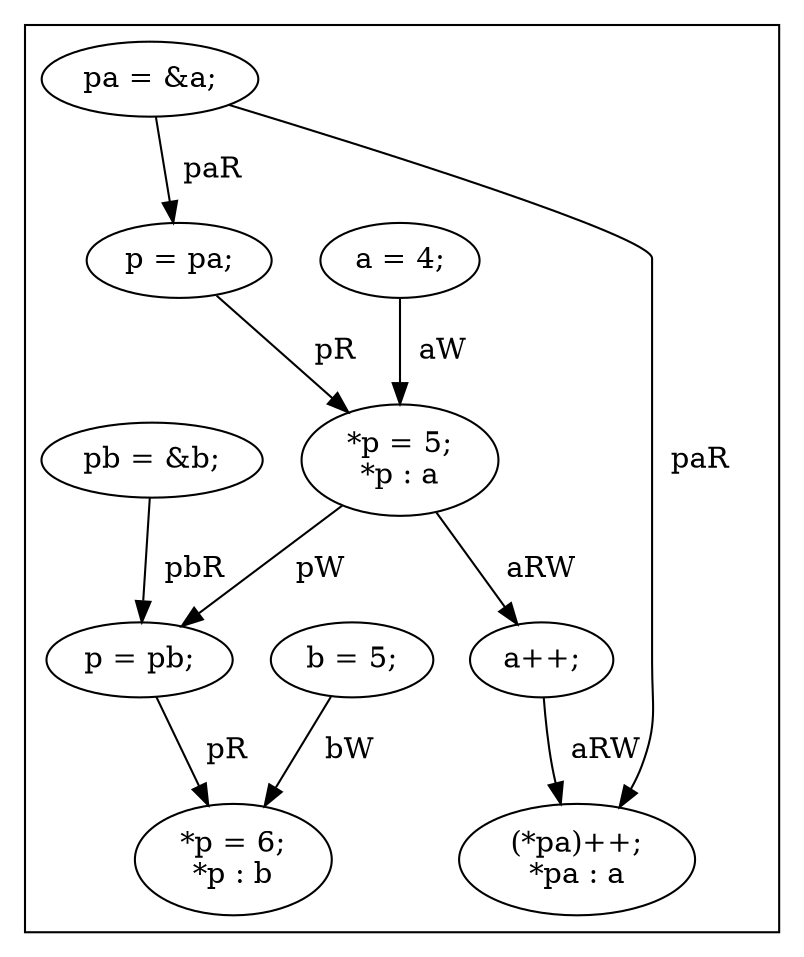
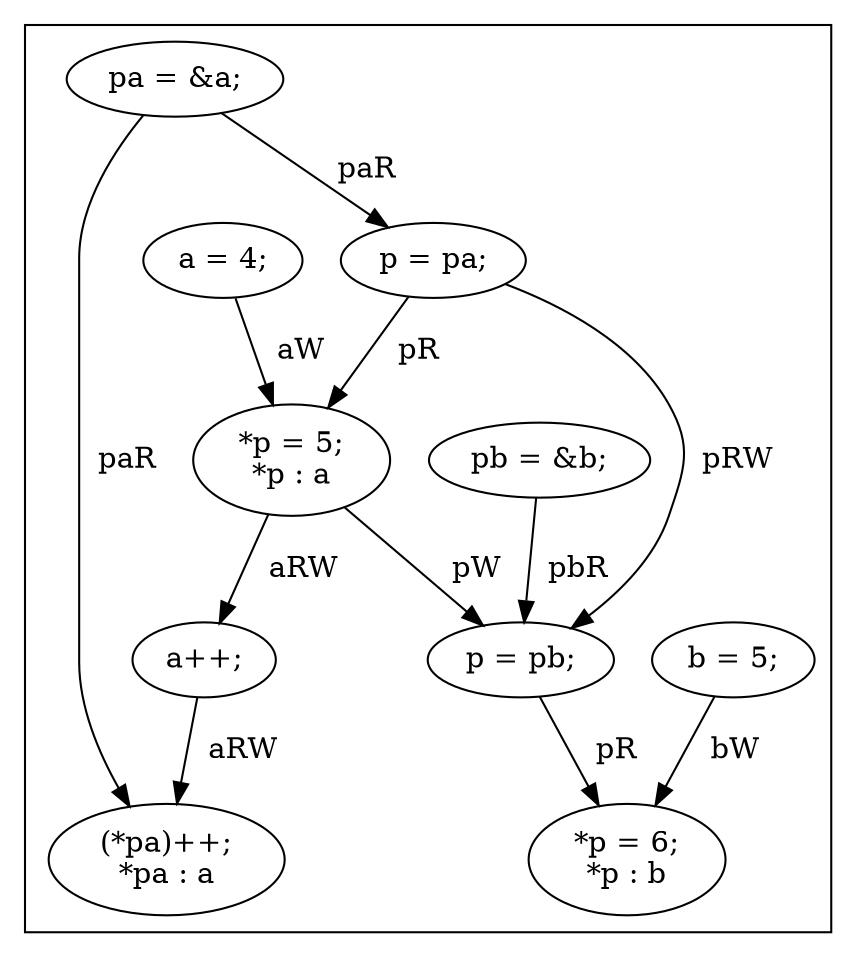
digraph G {
subgraph cluster_f0 {
    invisibleNodeScope_0 [style=invis];
    0 [label="a = 4;"];
    0 -> 5[label="  aW"];
    1 [label="b = 5;"];
    1 -> 7[label="  bW"];
    2 [label="pa = &a;"];
    2 -> 9[label="  paR"];
    2 -> 4[label="  paR"];
    3 [label="pb = &b;"];
    3 -> 6[label="  pbR"];
    4 [label="p = pa;"];
+     4 -> 6[label="  pRW"];
    4 -> 5[label="  pR"];
    5 [label="*p = 5;
*p : a"];
    5 -> 8[label="  aRW"];
    5 -> 6[label="  pW"];
    6 [label="p = pb;"];
    6 -> 7[label="  pR"];
    7 [label="*p = 6;
*p : b"];
    8 [label="a++;"];
    8 -> 9[label="  aRW"];
    9 [label="(*pa)++;
*pa : a"];
}
}
